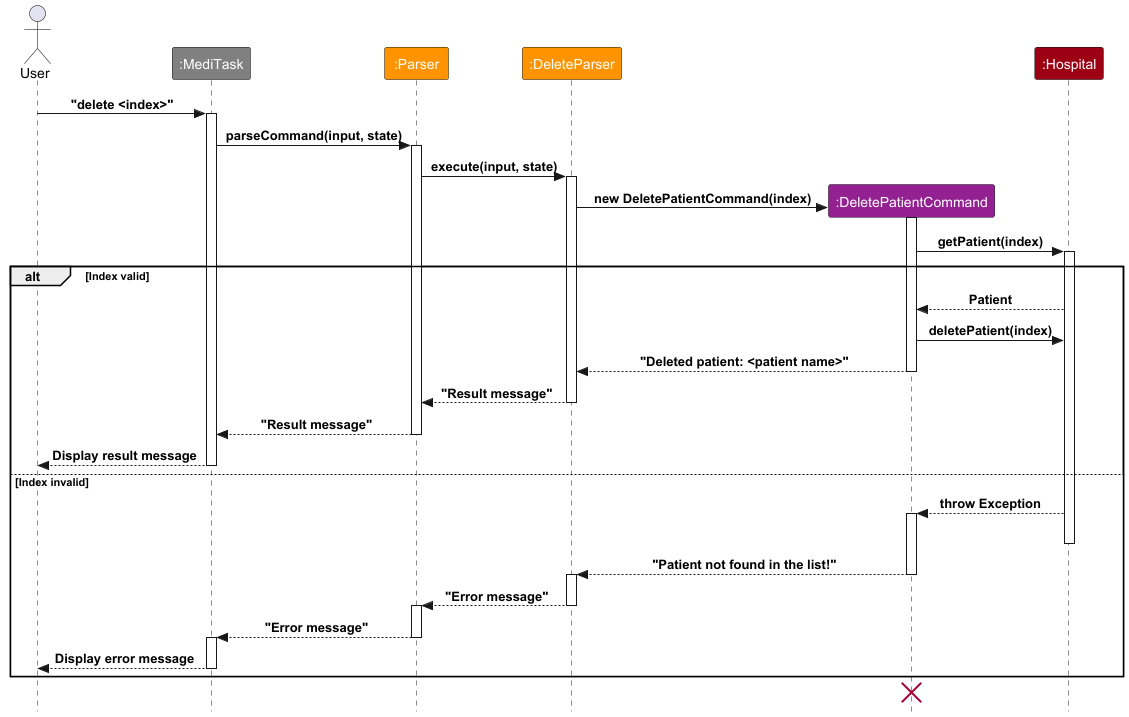
Earlier version of the PlantUML export docs/images/DeletePatientSequenceDiagram.png (nus-cs2113-AY2425S1/tp).
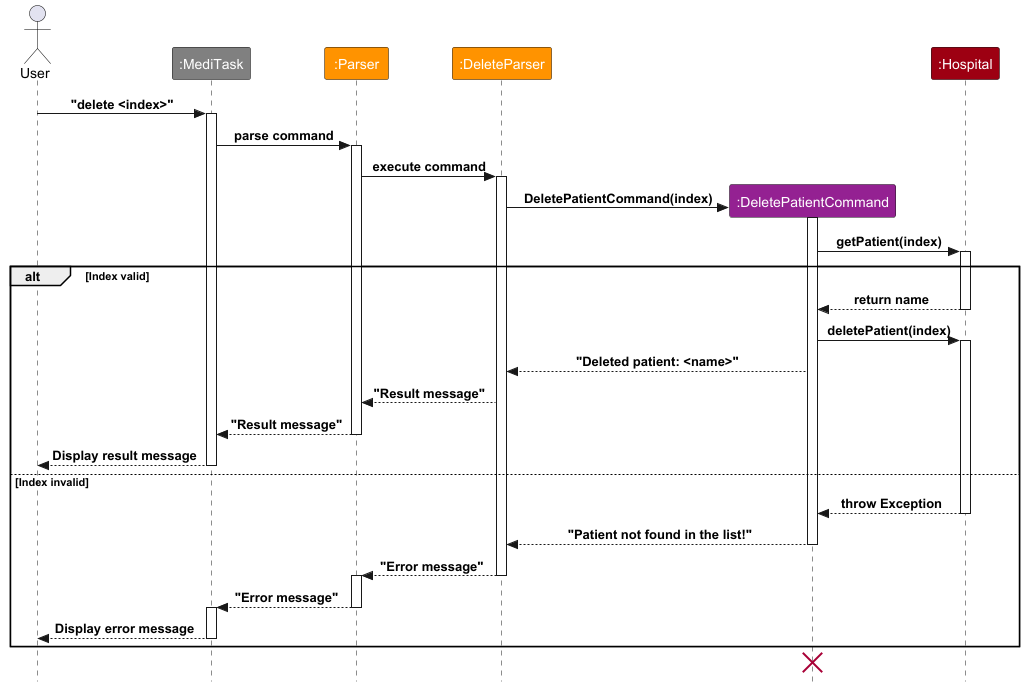
The same diagram one commit later.

What changed in the source:
```diff
@@ -14,39 +14,37 @@
 User -> MediTask : "delete <index>"
 activate MediTask
 
-MediTask -> Parser : parseCommand(input, state)
+MediTask -> Parser : parse command
 activate Parser
 
-Parser -> DeleteParser : execute(input, state)
+Parser -> DeleteParser : execute command
 activate DeleteParser
 create DeletePatientCommand
-DeleteParser -> DeletePatientCommand : new DeletePatientCommand(index)
+DeleteParser -> DeletePatientCommand : DeletePatientCommand(index)
 activate DeletePatientCommand
 
 DeletePatientCommand -> Hospital : getPatient(index)
 activate Hospital
 
 alt Index valid
-    Hospital --> DeletePatientCommand : Patient
+    Hospital --> DeletePatientCommand : return name
+    deactivate Hospital
     DeletePatientCommand -> Hospital : deletePatient(index)
-    DeletePatientCommand --> DeleteParser : "Deleted patient: <patient name>"
-    deactivate DeletePatientCommand
+    activate Hospital
+    DeletePatientCommand --> DeleteParser : "Deleted patient: <name>"
 
     DeleteParser --> Parser : "Result message"
-    deactivate DeleteParser
-
     Parser --> MediTask : "Result message"
     deactivate Parser
-
     MediTask --> User : Display result message
     deactivate MediTask
 else Index invalid
     Hospital --> DeletePatientCommand : throw Exception
-    activate DeletePatientCommand
     deactivate Hospital
+
     DeletePatientCommand --> DeleteParser : "Patient not found in the list!"
     deactivate DeletePatientCommand
-    activate DeleteParser
+
     DeleteParser --> Parser : "Error message"
     deactivate DeleteParser
     activate Parser
```
